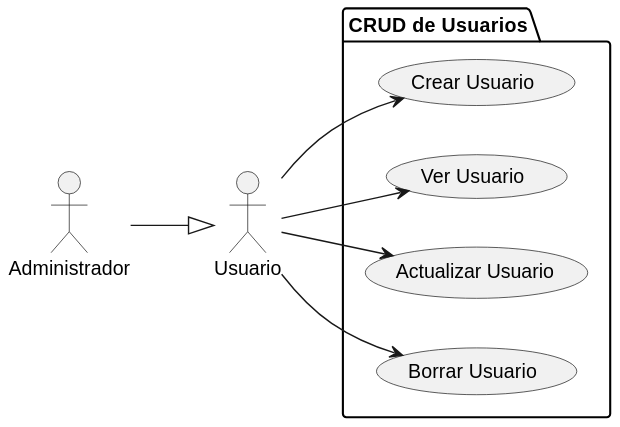
Above: docs/casosDeUso/diagramaCasosDeUso/manejoUsuarios/manejoUsuarios.svg in mmasias/24-25-IdSw1-SDR (PlantUML), before the change.
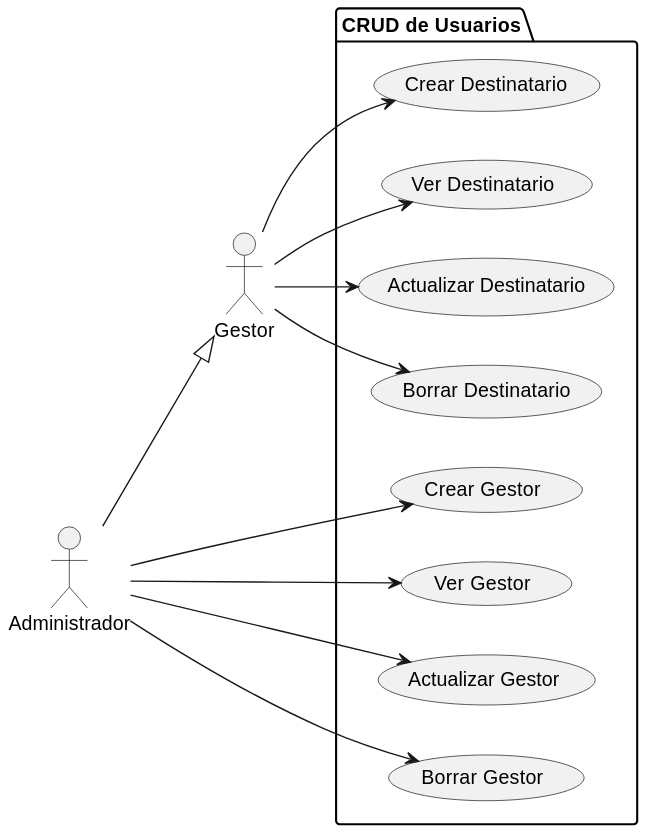
After the change.

What changed in the source:
```diff
@@ -1,13 +1,17 @@
 @startuml
 left to right direction
 actor "Administrador" as Administrador
-actor "Usuario" as Usuario
+actor "Gestor" as Usuario
 
 package "CRUD de Usuarios" {
-    usecase "Crear Usuario" as CU1
-    usecase "Ver Usuario" as CU2
-    usecase "Actualizar Usuario" as CU3
-    usecase "Borrar Usuario" as CU4
+    usecase "Crear Destinatario" as CU1
+    usecase "Ver Destinatario" as CU2
+    usecase "Actualizar Destinatario" as CU3
+    usecase "Borrar Destinatario" as CU4
+    usecase "Crear Gestor" as CU5
+    usecase "Ver Gestor" as CU6
+    usecase "Actualizar Gestor" as CU7
+    usecase "Borrar Gestor" as CU8
 }
 
 Administrador --|> Usuario
@@ -15,4 +19,8 @@
 Usuario --> CU2
 Usuario --> CU3
 Usuario --> CU4
+Administrador --> CU5
+Administrador --> CU6
+Administrador --> CU7
+Administrador --> CU8
 @enduml
```
